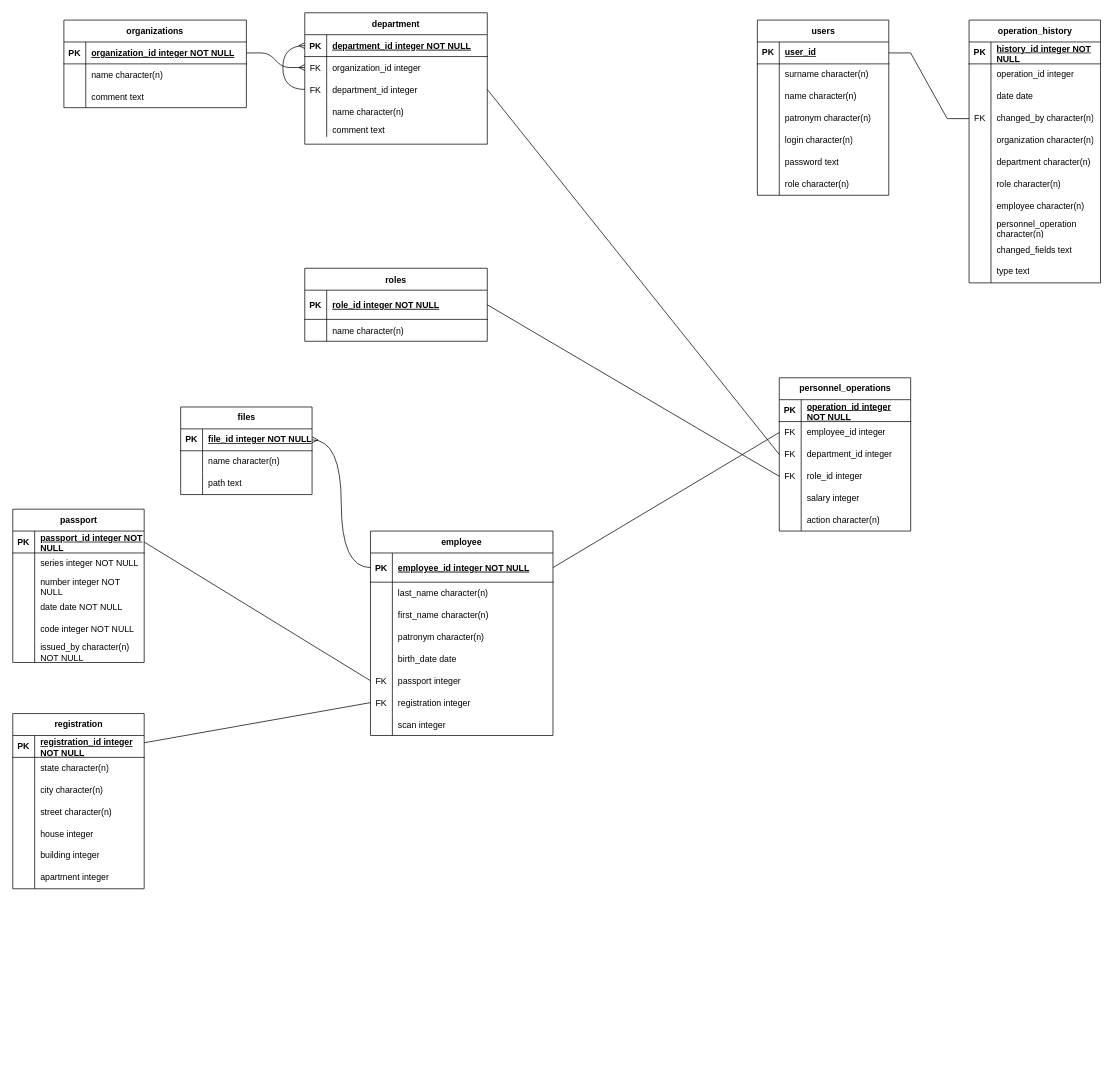
oguni1/areal-hr_ext-test keeps this draw.io diagram as docs/ERD.drawio. Above is the earlier version. Source tidied: cells renumbered, new cells numbered last; positions are measured from the earlier drawing's top-left corner, leaving out a move shared by most shapes. Both pictures are drawn from the tidied source at 73%, with x=0, y=0 at pixel (12, 12).
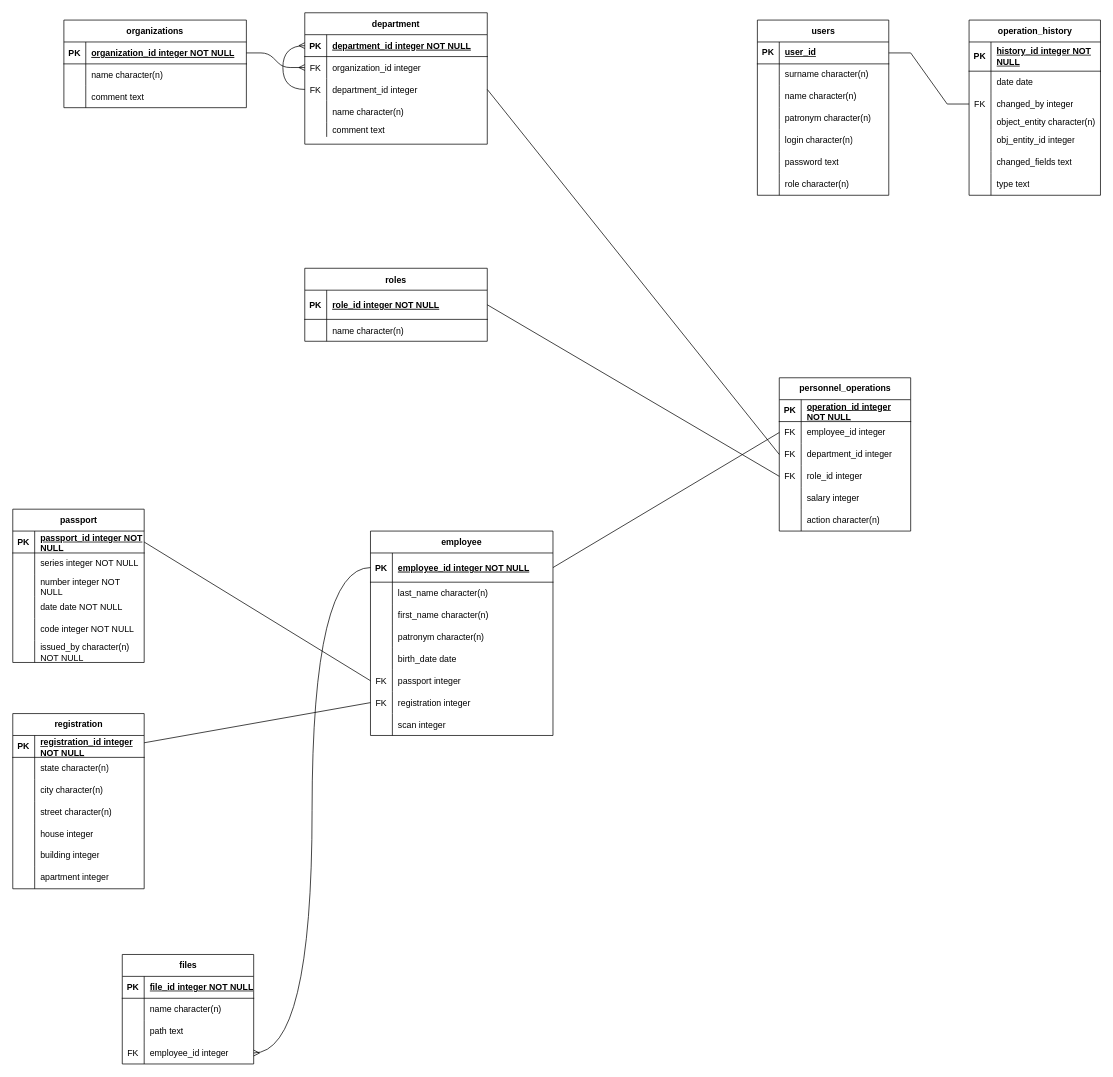
The same page after the edit.

Commit message:
users - operation_history relation, added relation between employee - files tables

The change refers to these unchanged cells:
```xml
<mxCell id="38" style="shape=partialRectangle;fillColor=none;points=[[0,0.5],[1,0.5]];portConstraint=eastwest;top=0;left=0;right=0;bottom=1;" parent="37" vertex="1">
  <mxGeometry y="30" width="250" height="40" as="geometry" />
</mxCell>
<mxCell id="107" style="shape=tableRow;horizontal=0;startSize=0;swimlaneHead=0;swimlaneBody=0;fillColor=none;points=[[0,0.5],[1,0.5]];portConstraint=eastwest;top=0;left=0;right=0;bottom=1;" parent="106" vertex="1">
  <mxGeometry y="30" width="180" height="30" as="geometry" />
</mxCell>
```

What changed in the source:
```diff
@@
-    <mxCell id="105" style="endArrow=none;html=1;rounded=0;exitX=1;exitY=0.5;exitDx=0;exitDy=0;startArrow=ERmany;startFill=0;entryX=0;entryY=0.5;entryDx=0;entryDy=0;edgeStyle=orthogonalEdgeStyle;curved=1;" parent="1" edge="1" source="107" target="38">
+    <mxCell id="105" style="endArrow=none;html=1;rounded=0;exitX=1;exitY=0.5;exitDx=0;exitDy=0;startArrow=ERmany;startFill=0;entryX=0;entryY=0.5;entryDx=0;entryDy=0;edgeStyle=orthogonalEdgeStyle;curved=1;" parent="1" edge="1" source="195" target="38">
       <mxGeometry relative="1" as="geometry" />
     </mxCell>
     <mxCell id="106" value="&lt;div&gt;files&lt;/div&gt;" style="shape=table;startSize=30;childLayout=tableLayout;rowLines=0;fontStyle=1;align=center;html=1;" parent="1" vertex="1">
-      <mxGeometry x="230" y="540" width="180" height="120" as="geometry" />
+      <mxGeometry x="150" y="1290" width="180" height="150" as="geometry" />
     </mxCell>
@@
+    <mxCell id="195" style="shape=tableRow;horizontal=0;startSize=0;swimlaneHead=0;swimlaneBody=0;fillColor=none;points=[[0,0.5],[1,0.5]];portConstraint=eastwest;top=0;left=0;right=0;bottom=0;" parent="106" vertex="1">
+      <mxGeometry y="120" width="180" height="30" as="geometry" />
+    </mxCell>
+    <mxCell id="196" value="FK" style="shape=partialRectangle;fillColor=none;top=0;left=0;bottom=0;right=0;overflow=hidden;whiteSpace=wrap;html=1;" parent="195" vertex="1">
+      <mxGeometry width="30" height="30" as="geometry" />
+    </mxCell>
+    <mxCell id="197" value="employee_id integer" style="shape=partialRectangle;fillColor=none;top=0;left=0;bottom=0;right=0;align=left;spacingLeft=6;overflow=hidden;whiteSpace=wrap;html=1;" parent="195" vertex="1">
+      <mxGeometry x="30" width="150" height="30" as="geometry" />
+    </mxCell>
@@
     <mxCell id="136" value="operation_history" style="shape=table;startSize=30;childLayout=tableLayout;rowLines=0;fontStyle=1;align=center;html=1;" parent="1" vertex="1">
-      <mxGeometry x="1310" y="10" width="180" height="360" as="geometry" />
+      <mxGeometry x="1310" y="10" width="180" height="240" as="geometry" />
     </mxCell>
     <mxCell id="137" style="shape=tableRow;horizontal=0;startSize=0;swimlaneHead=0;swimlaneBody=0;fillColor=none;top=0;left=0;right=0;bottom=1;" parent="136" vertex="1">
-      <mxGeometry y="30" width="180" height="30" as="geometry" />
+      <mxGeometry y="30" width="180" height="40" as="geometry" />
     </mxCell>
     <mxCell id="138" value="PK" style="shape=partialRectangle;fillColor=none;top=0;left=0;bottom=0;right=0;fontStyle=1;overflow=hidden;whiteSpace=wrap;html=1;" parent="137" vertex="1">
-      <mxGeometry width="30" height="30" as="geometry" />
+      <mxGeometry width="30" height="40" as="geometry" />
     </mxCell>
     <mxCell id="139" value="history_id  integer NOT NULL" style="shape=partialRectangle;fillColor=none;top=0;left=0;bottom=0;right=0;align=left;spacingLeft=6;fontStyle=5;overflow=hidden;whiteSpace=wrap;html=1;" parent="137" vertex="1">
-      <mxGeometry x="30" width="150" height="30" as="geometry" />
+      <mxGeometry x="30" width="150" height="40" as="geometry" />
     </mxCell>
-    <mxCell id="140" style="shape=tableRow;horizontal=0;startSize=0;swimlaneHead=0;swimlaneBody=0;fillColor=none;top=0;left=0;right=0;bottom=0;" parent="136" vertex="1">
-      <mxGeometry y="60" width="180" height="30" as="geometry" />
-    </mxCell>
-    <mxCell id="141" style="shape=partialRectangle;fillColor=none;top=0;left=0;bottom=0;right=0;overflow=hidden;whiteSpace=wrap;html=1;" parent="140" vertex="1">
-      <mxGeometry width="30" height="30" as="geometry" />
-    </mxCell>
-    <mxCell id="142" value="operation_id integer" style="shape=partialRectangle;fillColor=none;top=0;left=0;bottom=0;right=0;align=left;spacingLeft=6;overflow=hidden;whiteSpace=wrap;html=1;" parent="140" vertex="1">
-      <mxGeometry x="30" width="150" height="30" as="geometry" />
-    </mxCell>
     <mxCell id="143" style="shape=tableRow;horizontal=0;startSize=0;swimlaneHead=0;swimlaneBody=0;fillColor=none;top=0;left=0;right=0;bottom=0;" parent="136" vertex="1">
-      <mxGeometry y="90" width="180" height="30" as="geometry" />
+      <mxGeometry y="70" width="180" height="30" as="geometry" />
     </mxCell>
@@
     <mxCell id="146" style="shape=tableRow;horizontal=0;startSize=0;swimlaneHead=0;swimlaneBody=0;fillColor=none;points=[[0,0.5],[1,0.5]];portConstraint=eastwest;top=0;left=0;right=0;bottom=0;" parent="136" vertex="1">
-      <mxGeometry y="120" width="180" height="30" as="geometry" />
+      <mxGeometry y="100" width="180" height="30" as="geometry" />
     </mxCell>
@@
-    <mxCell id="148" value="changed_by character(n)" style="shape=partialRectangle;fillColor=none;top=0;left=0;bottom=0;right=0;align=left;spacingLeft=6;overflow=hidden;whiteSpace=wrap;html=1;" parent="146" vertex="1">
+    <mxCell id="148" value="changed_by integer" style="shape=partialRectangle;fillColor=none;top=0;left=0;bottom=0;right=0;align=left;spacingLeft=6;overflow=hidden;whiteSpace=wrap;html=1;" parent="146" vertex="1">
       <mxGeometry x="30" width="150" height="30" as="geometry" />
     </mxCell>
     <mxCell id="149" style="shape=tableRow;horizontal=0;startSize=0;swimlaneHead=0;swimlaneBody=0;fillColor=none;top=0;left=0;right=0;bottom=0;" parent="136" vertex="1">
-      <mxGeometry y="150" width="180" height="30" as="geometry" />
+      <mxGeometry y="130" width="180" height="20" as="geometry" />
     </mxCell>
     <mxCell id="150" style="shape=partialRectangle;fillColor=none;top=0;left=0;bottom=0;right=0;overflow=hidden;whiteSpace=wrap;html=1;" parent="149" vertex="1">
-      <mxGeometry width="30" height="30" as="geometry" />
+      <mxGeometry width="30" height="20" as="geometry" />
     </mxCell>
-    <mxCell id="151" value="organization character(n)" style="shape=partialRectangle;fillColor=none;top=0;left=0;bottom=0;right=0;align=left;spacingLeft=6;overflow=hidden;whiteSpace=wrap;html=1;" parent="149" vertex="1">
-      <mxGeometry x="30" width="150" height="30" as="geometry" />
+    <mxCell id="151" value="object_entity character(n)" style="shape=partialRectangle;fillColor=none;top=0;left=0;bottom=0;right=0;align=left;spacingLeft=6;overflow=hidden;whiteSpace=wrap;html=1;" parent="149" vertex="1">
+      <mxGeometry x="30" width="150" height="20" as="geometry" />
     </mxCell>
     <mxCell id="152" style="shape=tableRow;horizontal=0;startSize=0;swimlaneHead=0;swimlaneBody=0;fillColor=none;top=0;left=0;right=0;bottom=0;" parent="136" vertex="1">
-      <mxGeometry y="180" width="180" height="30" as="geometry" />
+      <mxGeometry y="150" width="180" height="30" as="geometry" />
     </mxCell>
@@
-    <mxCell id="154" value="department character(n)" style="shape=partialRectangle;fillColor=none;top=0;left=0;bottom=0;right=0;align=left;spacingLeft=6;overflow=hidden;whiteSpace=wrap;html=1;" parent="152" vertex="1">
+    <mxCell id="154" value="obj_entity_id integer" style="shape=partialRectangle;fillColor=none;top=0;left=0;bottom=0;right=0;align=left;spacingLeft=6;overflow=hidden;whiteSpace=wrap;html=1;" parent="152" vertex="1">
       <mxGeometry x="30" width="150" height="30" as="geometry" />
     </mxCell>
-    <mxCell id="155" style="shape=tableRow;horizontal=0;startSize=0;swimlaneHead=0;swimlaneBody=0;fillColor=none;top=0;left=0;right=0;bottom=0;" parent="136" vertex="1">
-      <mxGeometry y="210" width="180" height="30" as="geometry" />
-    </mxCell>
-    <mxCell id="156" style="shape=partialRectangle;fillColor=none;top=0;left=0;bottom=0;right=0;overflow=hidden;whiteSpace=wrap;html=1;" parent="155" vertex="1">
-      <mxGeometry width="30" height="30" as="geometry" />
-    </mxCell>
-    <mxCell id="157" value="role character(n)" style="shape=partialRectangle;fillColor=none;top=0;left=0;bottom=0;right=0;align=left;spacingLeft=6;overflow=hidden;whiteSpace=wrap;html=1;" parent="155" vertex="1">
-      <mxGeometry x="30" width="150" height="30" as="geometry" />
-    </mxCell>
-    <mxCell id="158" style="shape=tableRow;horizontal=0;startSize=0;swimlaneHead=0;swimlaneBody=0;fillColor=none;top=0;left=0;right=0;bottom=0;" parent="136" vertex="1">
-      <mxGeometry y="240" width="180" height="30" as="geometry" />
-    </mxCell>
-    <mxCell id="159" style="shape=partialRectangle;fillColor=none;top=0;left=0;bottom=0;right=0;overflow=hidden;whiteSpace=wrap;html=1;" parent="158" vertex="1">
-      <mxGeometry width="30" height="30" as="geometry" />
-    </mxCell>
-    <mxCell id="160" value="employee character(n)" style="shape=partialRectangle;fillColor=none;top=0;left=0;bottom=0;right=0;align=left;spacingLeft=6;overflow=hidden;whiteSpace=wrap;html=1;" parent="158" vertex="1">
-      <mxGeometry x="30" width="150" height="30" as="geometry" />
-    </mxCell>
-    <mxCell id="161" style="shape=tableRow;horizontal=0;startSize=0;swimlaneHead=0;swimlaneBody=0;fillColor=none;top=0;left=0;right=0;bottom=0;" parent="136" vertex="1">
-      <mxGeometry y="270" width="180" height="30" as="geometry" />
-    </mxCell>
-    <mxCell id="162" style="shape=partialRectangle;fillColor=none;top=0;left=0;bottom=0;right=0;overflow=hidden;whiteSpace=wrap;html=1;" parent="161" vertex="1">
-      <mxGeometry width="30" height="30" as="geometry" />
-    </mxCell>
-    <mxCell id="163" value="personnel_operation character(n)" style="shape=partialRectangle;fillColor=none;top=0;left=0;bottom=0;right=0;align=left;spacingLeft=6;overflow=hidden;whiteSpace=wrap;html=1;" parent="161" vertex="1">
-      <mxGeometry x="30" width="150" height="30" as="geometry" />
-    </mxCell>
     <mxCell id="164" style="shape=tableRow;horizontal=0;startSize=0;swimlaneHead=0;swimlaneBody=0;fillColor=none;top=0;left=0;right=0;bottom=0;" parent="136" vertex="1">
-      <mxGeometry y="300" width="180" height="30" as="geometry" />
+      <mxGeometry y="180" width="180" height="30" as="geometry" />
     </mxCell>
@@
     <mxCell id="167" style="shape=tableRow;horizontal=0;startSize=0;swimlaneHead=0;swimlaneBody=0;fillColor=none;top=0;left=0;right=0;bottom=0;" parent="136" vertex="1">
-      <mxGeometry y="330" width="180" height="30" as="geometry" />
+      <mxGeometry y="210" width="180" height="30" as="geometry" />
     </mxCell>
```
